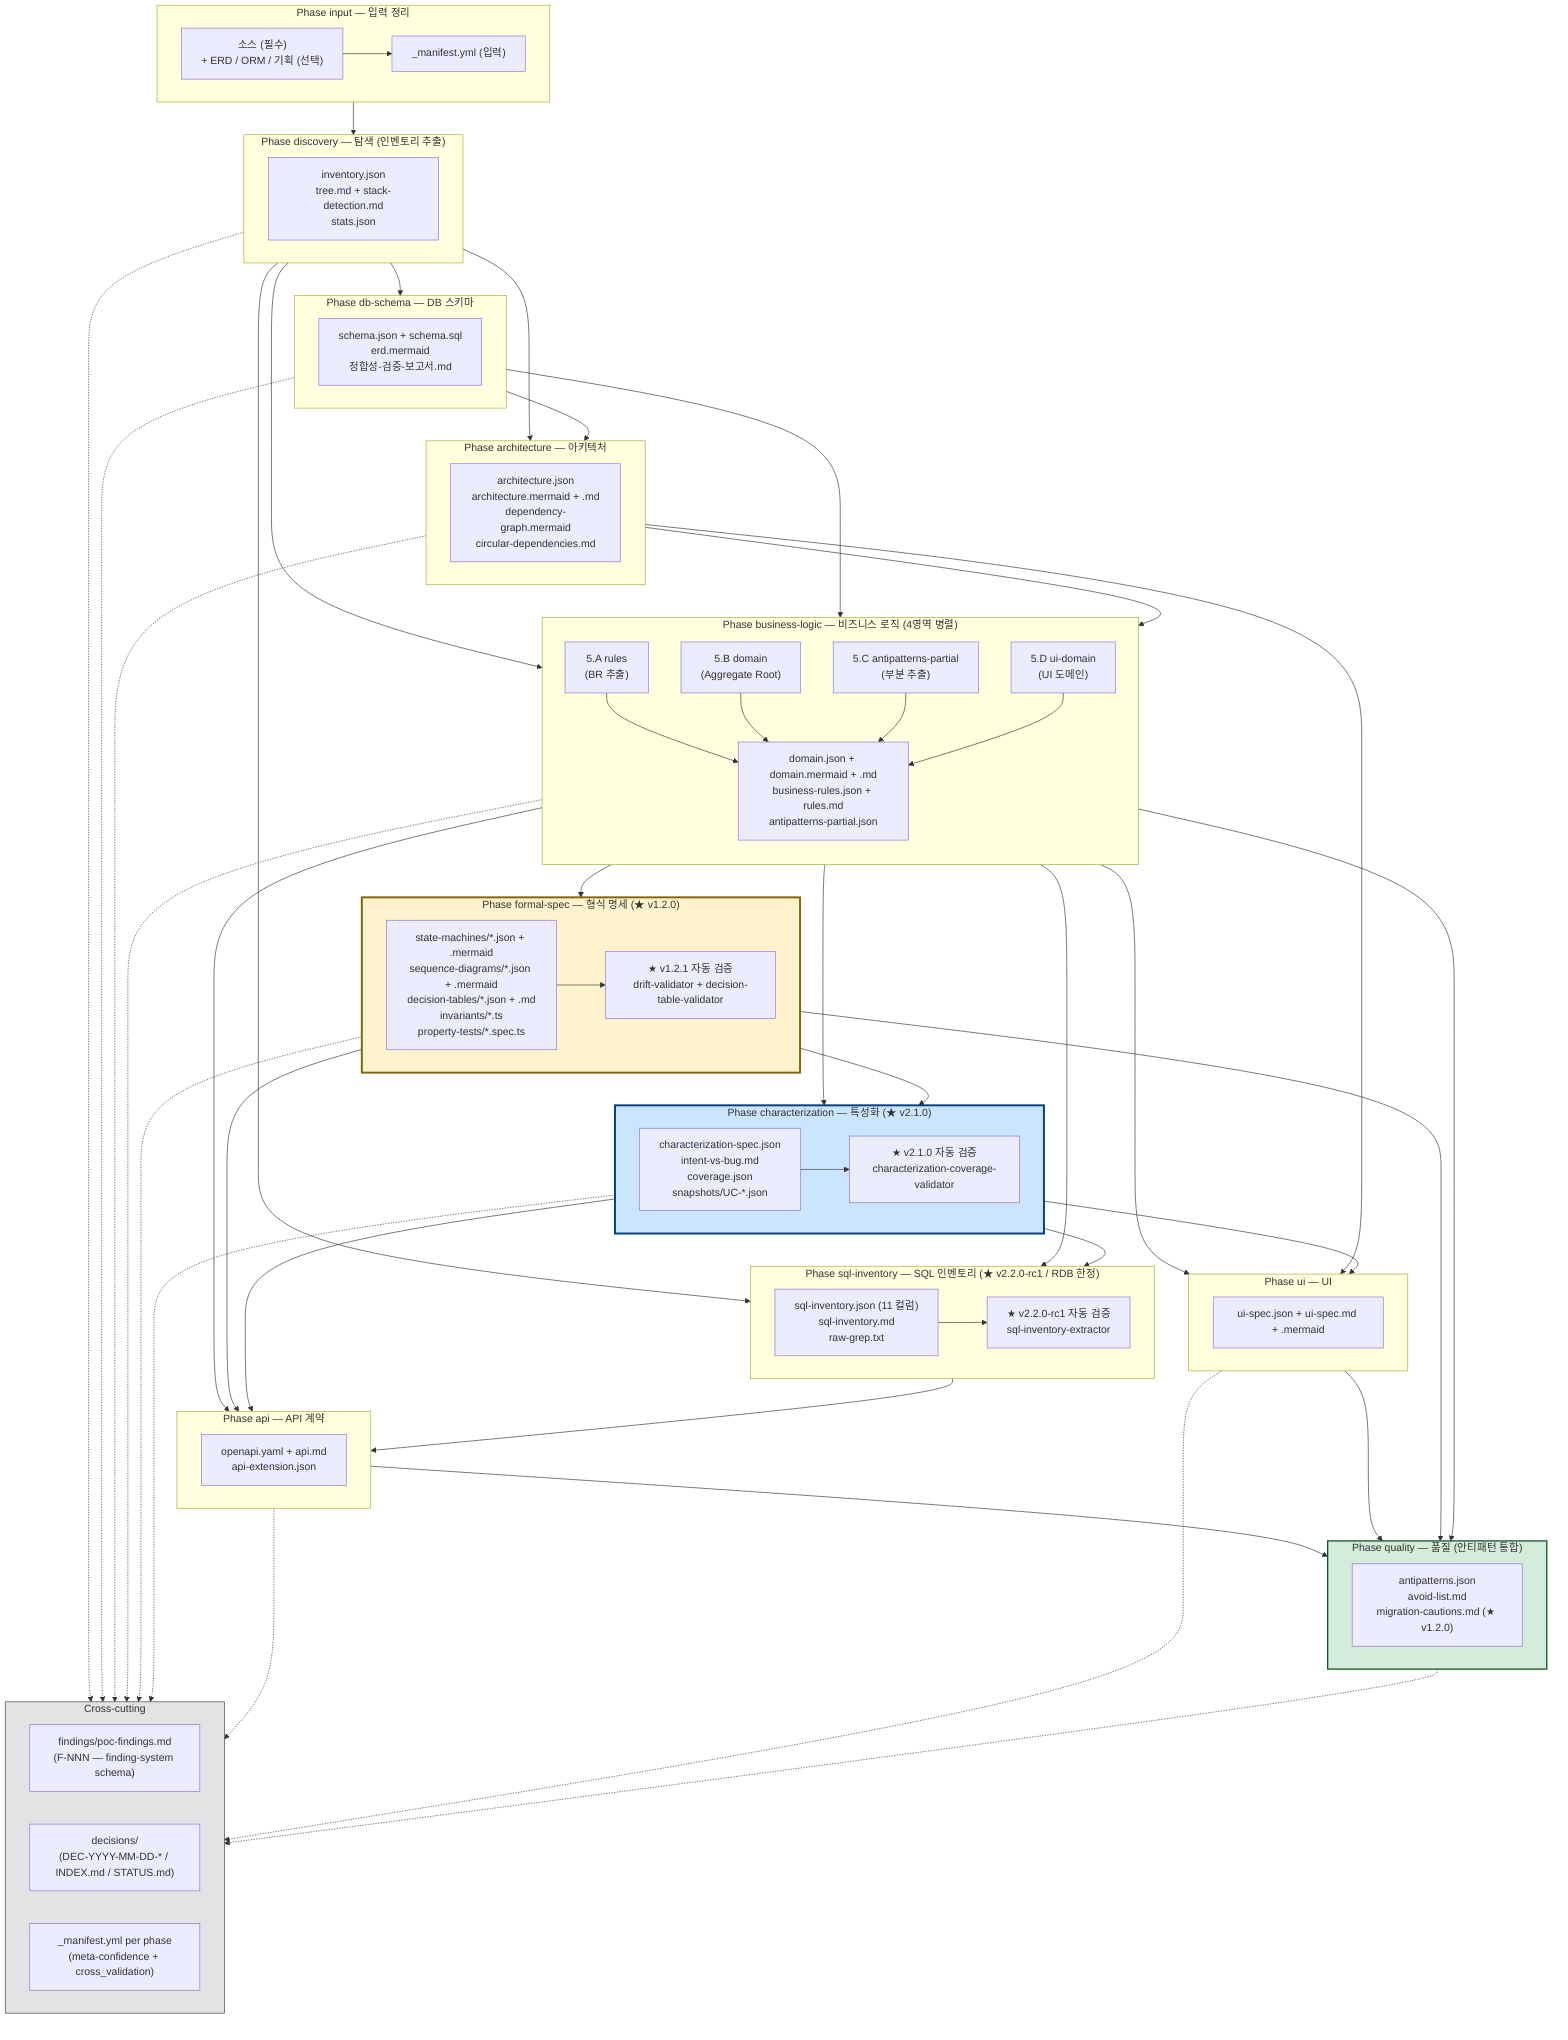
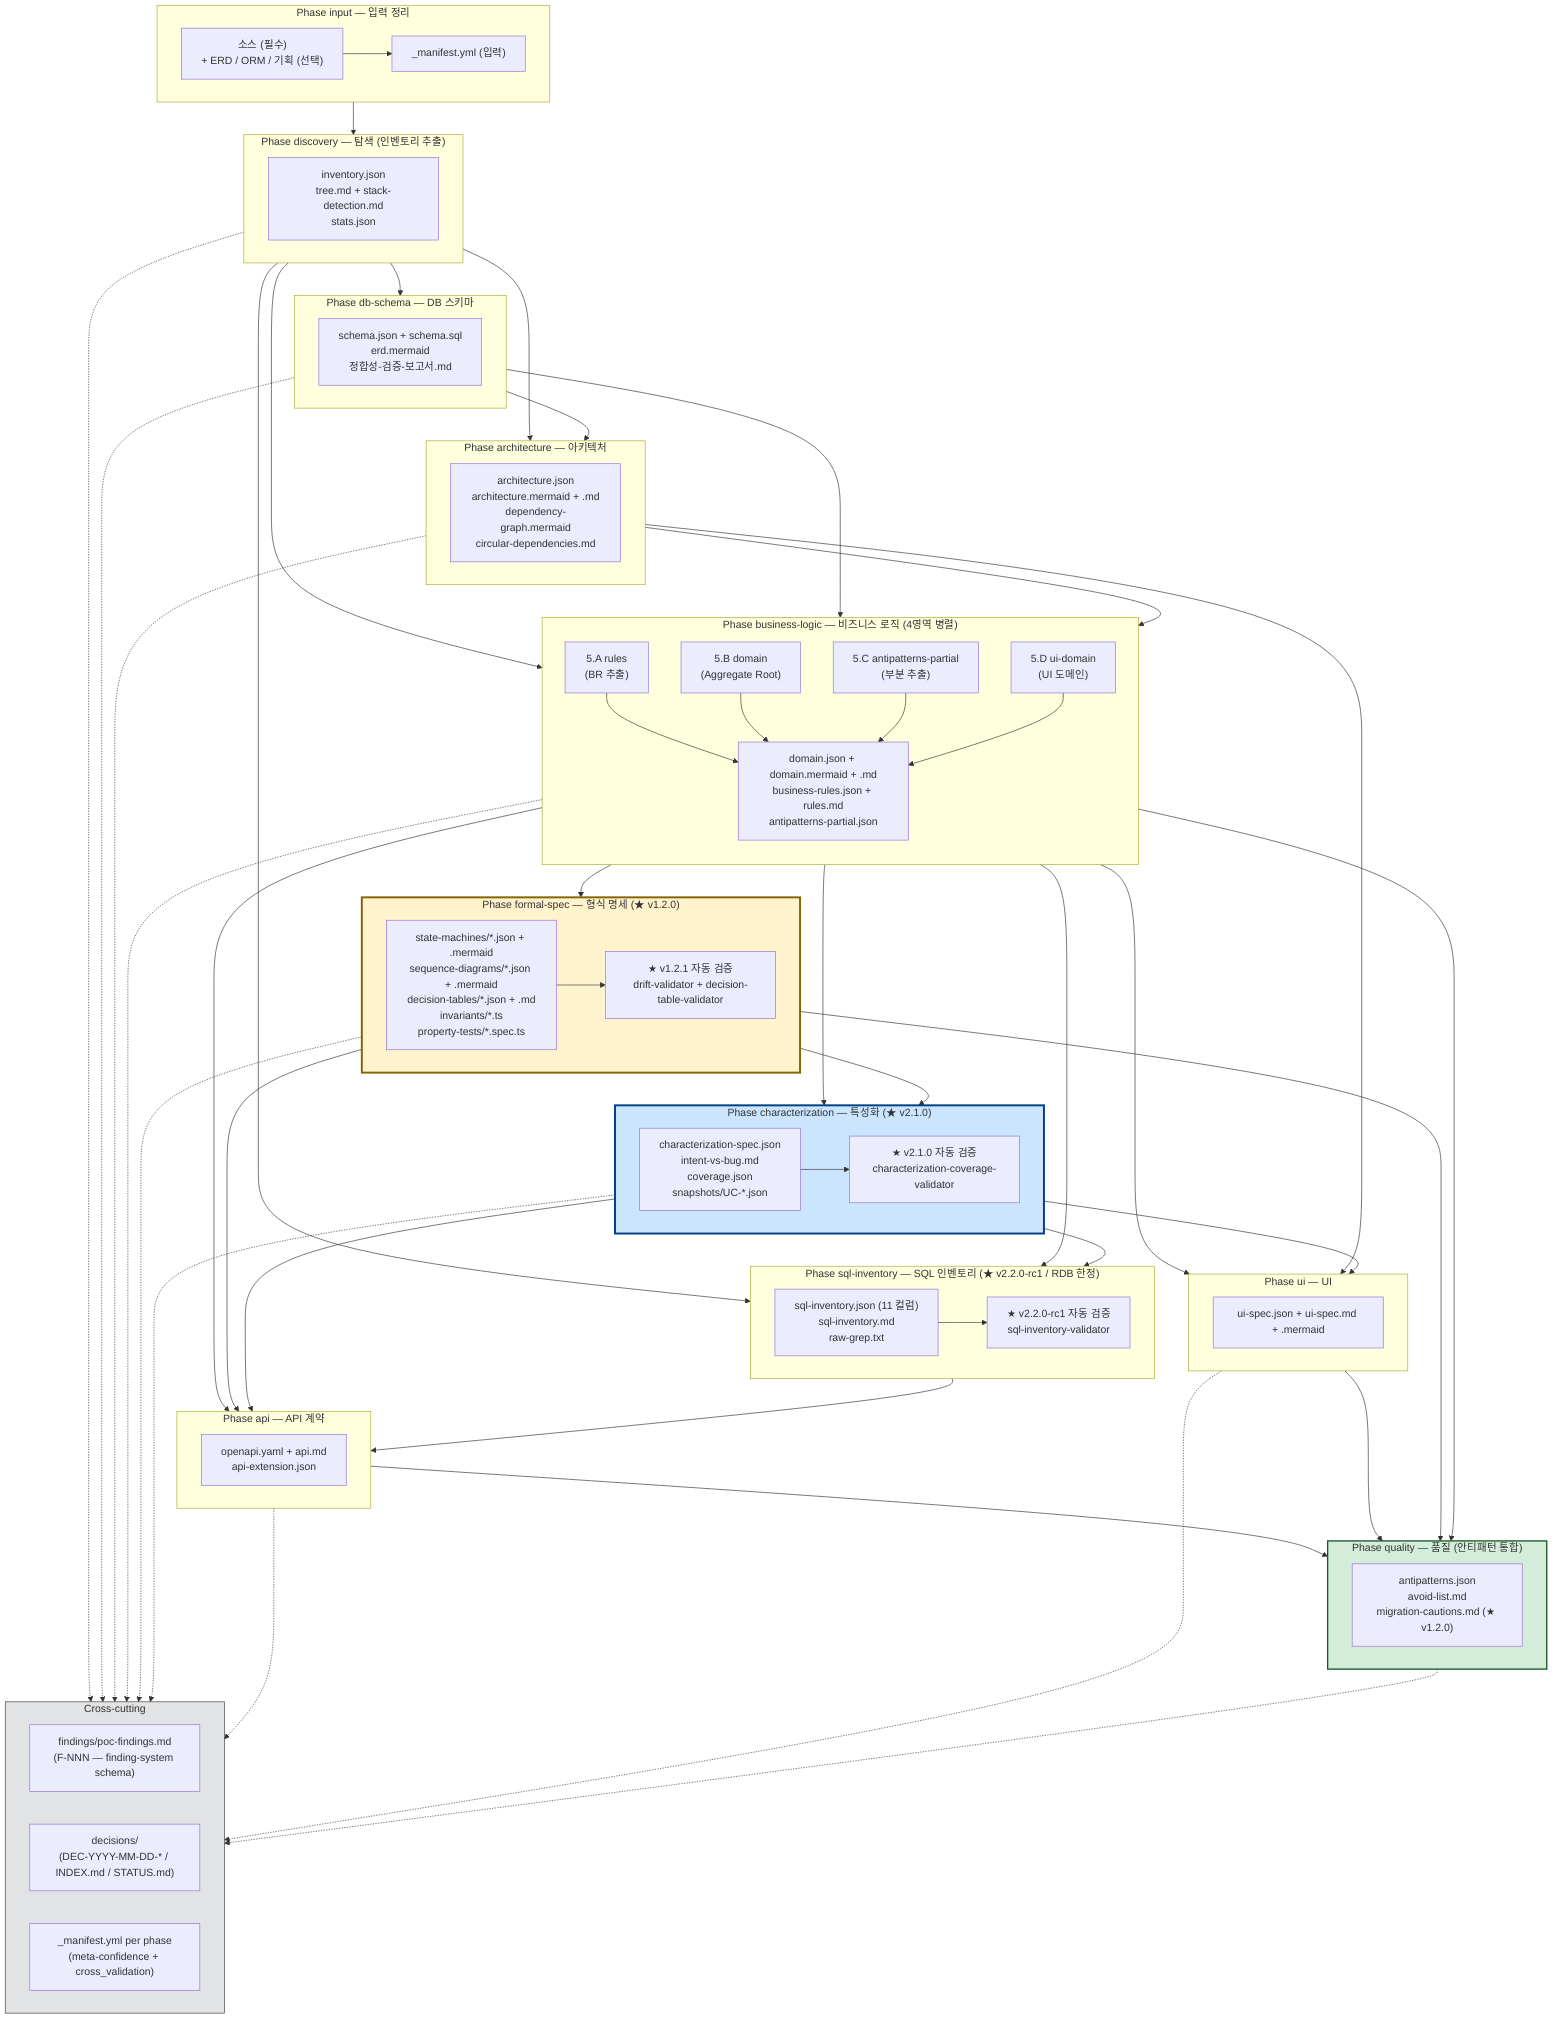
%% AI-Native 방법론 — Phase 흐름 + 산출물 의존 그래프
%% v3.0.0 — ★ phase ID 의미 ID rename (D-3 paradigm / depends_on 그래프 SSOT / 위상정렬 자동 도출).
%% 사람 눈 (mermaid). AI 눈 짝: phase-flow.json (drift-validator 호환).
%% subgraph id 표기 = `P_<semantic_id>` (P 접두사 + underscore — mermaid 문법 호환 + drift-validator P prefix 정규식 호환).
%% drift-validator 의 derivePhaseIdFromSubId 가 `P_db_schema` → `db-schema` 자동 변환.
%% ADR-008 (이중 렌더링) + ADR-CHAIN-006 (characterization) + ADR-CHAIN-007 (sql-inventory) 정합.

flowchart TB
    %% ═════════════ input ═════════════
    subgraph P_input["Phase input — 입력 정리"]
        direction LR
        input_IN["소스 (필수)<br/>+ ERD / ORM / 기획 (선택)"]
        input_OUT["_manifest.yml (입력)"]
        input_IN --> input_OUT
    end

    %% ═════════════ discovery ═════════════
    subgraph P_discovery["Phase discovery — 탐색 (인벤토리 추출)"]
        direction LR
        discovery_OUT["inventory.json<br/>tree.md + stack-detection.md<br/>stats.json"]
    end

    %% ═════════════ db-schema ═════════════
    subgraph P_db_schema["Phase db-schema — DB 스키마"]
        direction LR
        db_schema_OUT["schema.json + schema.sql<br/>erd.mermaid<br/>정합성-검증-보고서.md"]
    end

    %% ═════════════ architecture ═════════════
    subgraph P_architecture["Phase architecture — 아키텍처"]
        direction LR
        architecture_OUT["architecture.json<br/>architecture.mermaid + .md<br/>dependency-graph.mermaid<br/>circular-dependencies.md"]
    end

    %% ═════════════ business-logic (4영역 병렬) ═════════════
    subgraph P_business_logic["Phase business-logic — 비즈니스 로직 (4영역 병렬)"]
        direction TB
        BL_A["5.A rules<br/>(BR 추출)"]
        BL_B["5.B domain<br/>(Aggregate Root)"]
        BL_C["5.C antipatterns-partial<br/>(부분 추출)"]
        BL_D["5.D ui-domain<br/>(UI 도메인)"]
        BL_OUT["domain.json + domain.mermaid + .md<br/>business-rules.json + rules.md<br/>antipatterns-partial.json"]
        BL_A --> BL_OUT
        BL_B --> BL_OUT
        BL_C --> BL_OUT
        BL_D --> BL_OUT
    end

    %% ═════════════ formal-spec (★ v1.2.0 신설 / v1.2.1 자동 검증) ═════════════
    subgraph P_formal_spec["Phase formal-spec — 형식 명세 (★ v1.2.0)"]
        direction LR
        formal_spec_OUT["state-machines/*.json + .mermaid<br/>sequence-diagrams/*.json + .mermaid<br/>decision-tables/*.json + .md<br/>invariants/*.ts<br/>property-tests/*.spec.ts"]
        formal_spec_VAL["★ v1.2.1 자동 검증<br/>drift-validator + decision-table-validator"]
        formal_spec_OUT --> formal_spec_VAL
    end

    %% ═════════════ characterization (★ v2.1.0 신설 — 의도 vs 버그 분리) ═════════════
    subgraph P_characterization["Phase characterization — 특성화 (★ v2.1.0)"]
        direction LR
        characterization_OUT["characterization-spec.json<br/>intent-vs-bug.md<br/>coverage.json<br/>snapshots/UC-*.json"]
        characterization_VAL["★ v2.1.0 자동 검증<br/>characterization-coverage-validator"]
        characterization_OUT --> characterization_VAL
    end

    %% ═════════════ sql-inventory (★ v2.2.0-rc1 신설 / RDB 한정) ═════════════
    subgraph P_sql_inventory["Phase sql-inventory — SQL 인벤토리 (★ v2.2.0-rc1 / RDB 한정)"]
        direction LR
        sql_inventory_OUT["sql-inventory.json (11 컬럼)<br/>sql-inventory.md<br/>raw-grep.txt"]
-         sql_inventory_VAL["★ v2.2.0-rc1 자동 검증<br/>sql-inventory-extractor"]
+         sql_inventory_VAL["★ v2.2.0-rc1 자동 검증<br/>sql-inventory-validator"]
        sql_inventory_OUT --> sql_inventory_VAL
    end

    %% ═════════════ api / ui (병렬) ═════════════
    subgraph P_api["Phase api — API 계약"]
        api_OUT["openapi.yaml + api.md<br/>api-extension.json"]
    end
    subgraph P_ui["Phase ui — UI"]
        ui_OUT["ui-spec.json + ui-spec.md + .mermaid"]
    end

    %% ═════════════ quality ═════════════
    subgraph P_quality["Phase quality — 품질 (안티패턴 통합)"]
        direction LR
        quality_OUT["antipatterns.json<br/>avoid-list.md<br/>migration-cautions.md (★ v1.2.0)"]
    end

    %% ═════════════ Cross-cutting (모든 phase) ═════════════
    subgraph CC["Cross-cutting"]
        direction LR
        CC_FIND["findings/poc-findings.md<br/>(F-NNN — finding-system schema)"]
        CC_DEC["decisions/<br/>(DEC-YYYY-MM-DD-* / INDEX.md / STATUS.md)"]
        CC_META["_manifest.yml per phase<br/>(meta-confidence + cross_validation)"]
    end

    %% ═════════════ 의존 그래프 ═════════════
    P_input --> P_discovery
    P_discovery --> P_db_schema
    P_discovery --> P_architecture
    P_db_schema --> P_architecture
    P_discovery --> P_business_logic
    P_db_schema --> P_business_logic
    P_architecture --> P_business_logic
    P_business_logic --> P_formal_spec
    P_business_logic --> P_characterization
    P_formal_spec --> P_characterization
    P_discovery --> P_sql_inventory
    P_business_logic --> P_sql_inventory
    P_characterization --> P_sql_inventory
    P_business_logic --> P_api
    P_formal_spec --> P_api
    P_characterization --> P_api
    P_sql_inventory --> P_api
    P_business_logic --> P_ui
    P_architecture --> P_ui
    P_characterization --> P_ui
    P_api --> P_quality
    P_ui --> P_quality
    P_formal_spec --> P_quality
    P_business_logic --> P_quality

    %% 산출물 cross-cutting
    P_discovery -.-> CC_FIND
    P_db_schema -.-> CC_FIND
    P_architecture -.-> CC_FIND
    P_business_logic -.-> CC_FIND
    P_formal_spec -.-> CC_FIND
    P_characterization -.-> CC_FIND
    P_api -.-> CC_FIND
    P_ui -.-> CC_FIND
    P_quality -.-> CC_FIND

    %% Style
    classDef new_formal fill:#fff3cd,stroke:#856404,stroke-width:3px
    classDef new_char fill:#cce5ff,stroke:#004085,stroke-width:3px
    classDef quality_style fill:#d4edda,stroke:#155724,stroke-width:2px
    classDef cross fill:#e2e3e5,stroke:#383d41
    class P_formal_spec new_formal
    class P_characterization new_char
    class P_quality quality_style
    class CC cross
